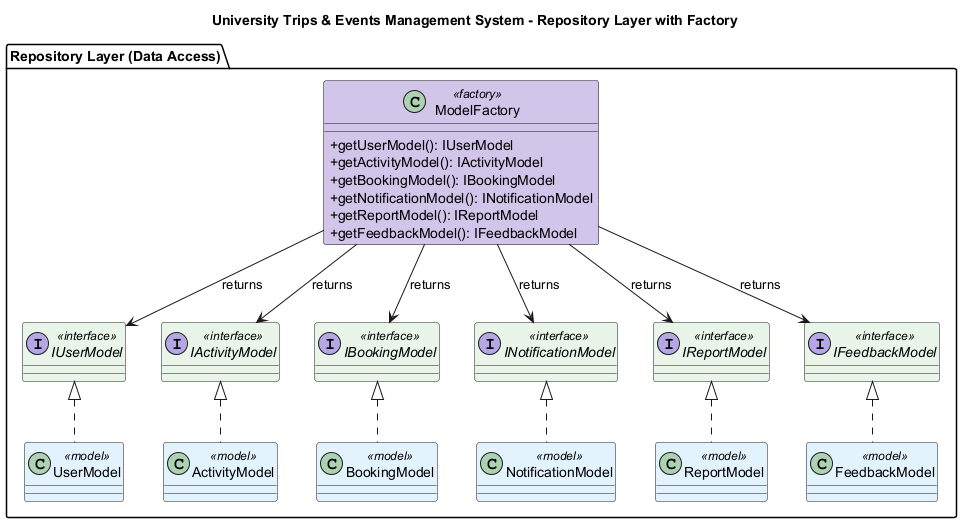
AIU-SoftWave/AIU-Trips-And-Events keeps this PlantUML diagram as Milestones/PM_3/Class Diagram/After DP/png/Model_Factory.png. Above is the earlier version. The source it was exported from:
```plantuml
@startuml Model_Factory

!define INTERFACE_COLOR #E8F5E9
!define PROXY_COLOR #FFE0B2
!define MODEL_COLOR #E3F2FD
!define ENTITY_COLOR #E3F2FD
!define FACTORY_COLOR #D1C4E9

skinparam classAttributeIconSize 0
skinparam class {
    BackgroundColor<<interface>> INTERFACE_COLOR
    BackgroundColor<<proxy>> PROXY_COLOR
    BackgroundColor<<model>> MODEL_COLOR
    BackgroundColor<<entity>> ENTITY_COLOR
    BackgroundColor<<factory>> FACTORY_COLOR
}

title University Trips & Events Management System - Repository Layer with Factory

top to bottom direction

package "Repository Layer (Data Access)" {

    interface IUserModel <<interface>>
    interface IActivityModel <<interface>>
    interface IBookingModel <<interface>>
    interface INotificationModel <<interface>>
    interface IReportModel <<interface>>
    interface IFeedbackModel <<interface>>

    class UserModel <<model>>
    class ActivityModel <<model>>
    class BookingModel <<model>>
    class NotificationModel <<model>>
    class ReportModel <<model>>
    class FeedbackModel <<model>>

    class ModelFactory <<factory>> {
        +getUserModel(): IUserModel
        +getActivityModel(): IActivityModel
        +getBookingModel(): IBookingModel
        +getNotificationModel(): INotificationModel
        +getReportModel(): IReportModel
        +getFeedbackModel(): IFeedbackModel
    }

    IUserModel <|.. UserModel
    IActivityModel <|.. ActivityModel
    IBookingModel <|.. BookingModel
    INotificationModel <|.. NotificationModel
    IReportModel <|.. ReportModel
    IFeedbackModel <|.. FeedbackModel

    ModelFactory --> IUserModel : returns
    ModelFactory --> IActivityModel : returns
    ModelFactory --> IBookingModel : returns
    ModelFactory --> INotificationModel : returns
    ModelFactory --> IReportModel : returns
    ModelFactory --> IFeedbackModel : returns
}

@enduml
```
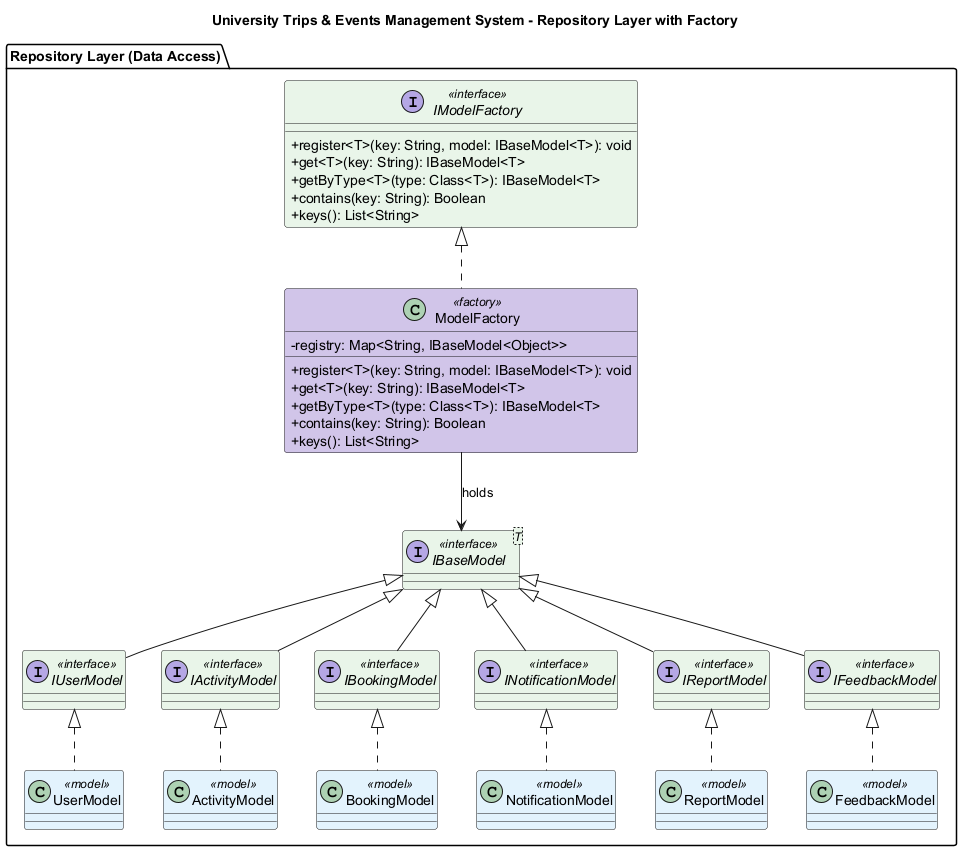
After the change.

Commit message:
Update class diagram images for design patterns

What changed in the source:
```diff
@@ -21,12 +21,32 @@
 
 package "Repository Layer (Data Access)" {
 
+    interface IBaseModel<T> <<interface>>
+
+
+    interface IModelFactory <<interface>> {
+        +register<T>(key: String, model: IBaseModel<T>): void
+        +get<T>(key: String): IBaseModel<T>
+        +getByType<T>(type: Class<T>): IBaseModel<T>
+        +contains(key: String): Boolean
+        +keys(): List<String>
+    }
+
     interface IUserModel <<interface>>
     interface IActivityModel <<interface>>
     interface IBookingModel <<interface>>
     interface INotificationModel <<interface>>
     interface IReportModel <<interface>>
     interface IFeedbackModel <<interface>>
+
+    class ModelFactory <<factory>> {
+        -registry: Map<String, IBaseModel<Object>>
+        +register<T>(key: String, model: IBaseModel<T>): void
+        +get<T>(key: String): IBaseModel<T>
+        +getByType<T>(type: Class<T>): IBaseModel<T>
+        +contains(key: String): Boolean
+        +keys(): List<String>
+    }
 
     class UserModel <<model>>
     class ActivityModel <<model>>
@@ -35,28 +55,20 @@
     class ReportModel <<model>>
     class FeedbackModel <<model>>
 
-    class ModelFactory <<factory>> {
-        +getUserModel(): IUserModel
-        +getActivityModel(): IActivityModel
-        +getBookingModel(): IBookingModel
-        +getNotificationModel(): INotificationModel
-        +getReportModel(): IReportModel
-        +getFeedbackModel(): IFeedbackModel
-    }
-
+    IModelFactory <|.. ModelFactory
+    ModelFactory --> IBaseModel : holds
+    IBaseModel <|-- IUserModel
+    IBaseModel <|-- IActivityModel
+    IBaseModel <|-- IBookingModel
+    IBaseModel <|-- INotificationModel
+    IBaseModel <|-- IReportModel
+    IBaseModel <|-- IFeedbackModel
     IUserModel <|.. UserModel
     IActivityModel <|.. ActivityModel
     IBookingModel <|.. BookingModel
     INotificationModel <|.. NotificationModel
     IReportModel <|.. ReportModel
     IFeedbackModel <|.. FeedbackModel
-
-    ModelFactory --> IUserModel : returns
-    ModelFactory --> IActivityModel : returns
-    ModelFactory --> IBookingModel : returns
-    ModelFactory --> INotificationModel : returns
-    ModelFactory --> IReportModel : returns
-    ModelFactory --> IFeedbackModel : returns
 }
 
 @enduml
```
